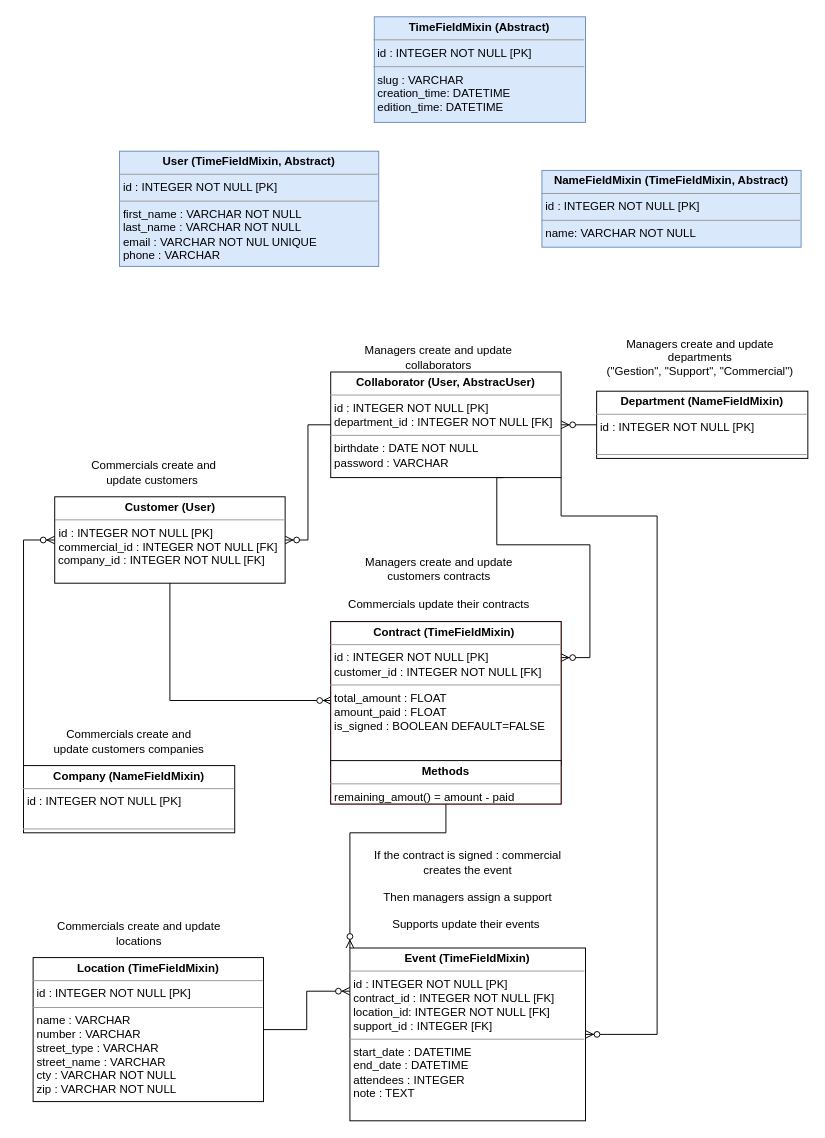
The draw.io diagram mission/schéma BDD.drawio in NidalChateur/OC_P12_EPIC_EVENTS, before the edit. Source tidied: cells renumbered, new cells numbered last; positions are measured from the earlier drawing's top-left corner, leaving out a move shared by most shapes. Both pictures are drawn from the tidied source at 96%, with x=0, y=0 at pixel (23, 16).
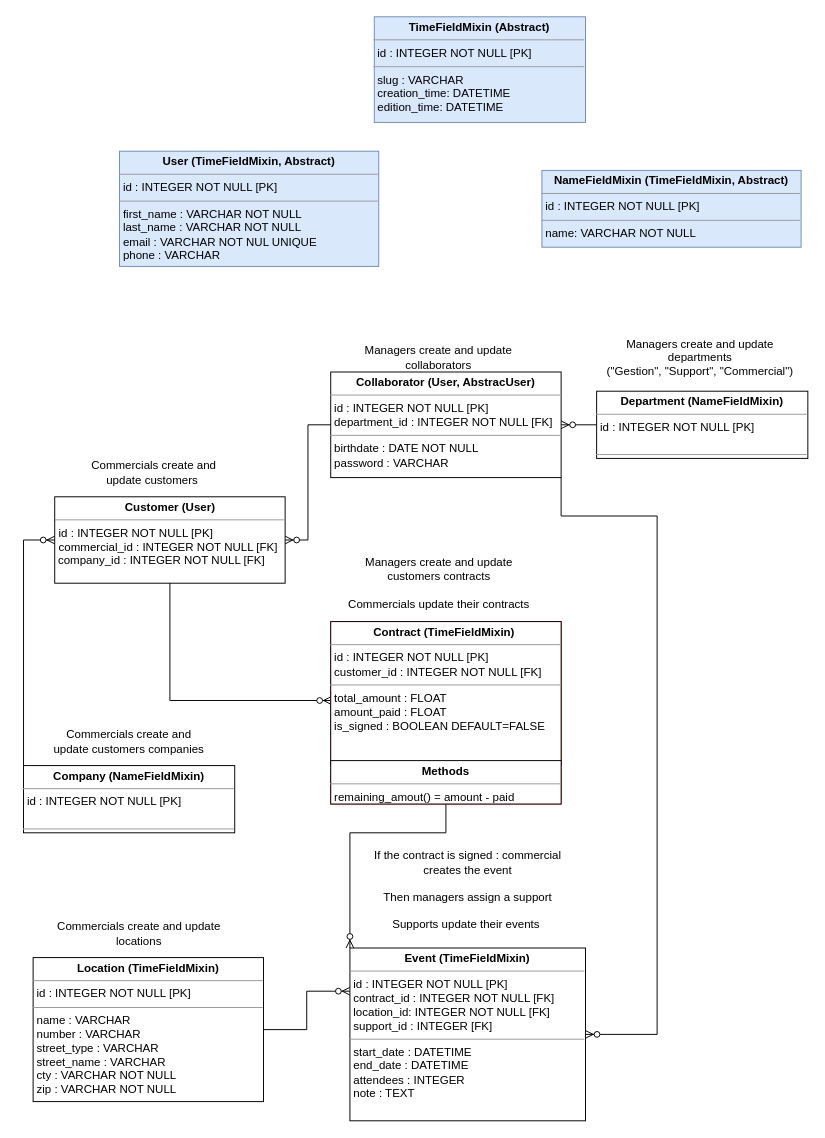
Above is the later version.

Unchanged cells that the change refers to:
```xml
<mxCell id="4" value="&lt;p style=&quot;margin:0px;margin-top:4px;text-align:center;&quot;&gt;&lt;b&gt;Collaborator (User, AbstracUser)&lt;/b&gt;&lt;/p&gt;&lt;hr size=&quot;1&quot;&gt;&lt;p style=&quot;margin:0px;margin-left:4px;&quot;&gt;id : INTEGER NOT NULL [PK]&lt;br&gt;&lt;/p&gt;&lt;p style=&quot;margin:0px;margin-left:4px;&quot;&gt;department_id : INTEGER NOT NULL [FK]&lt;br&gt;&lt;/p&gt;&lt;hr size=&quot;1&quot;&gt;&lt;p style=&quot;margin:0px;margin-left:4px;&quot;&gt;birthdate : DATE NOT NULL&lt;/p&gt;&lt;p style=&quot;margin:0px;margin-left:4px;&quot;&gt;password : VARCHAR&lt;br&gt;&lt;br&gt;&lt;/p&gt;&lt;p style=&quot;margin:0px;margin-left:4px;&quot;&gt;&lt;br&gt;&lt;/p&gt;&lt;p style=&quot;margin:0px;margin-left:4px;&quot;&gt;&lt;br&gt;&lt;/p&gt;" style="verticalAlign=top;align=left;overflow=fill;fontSize=12;fontFamily=Helvetica;html=1;whiteSpace=wrap;" parent="1" vertex="1">
  <mxGeometry x="320" y="370" width="240" height="110" as="geometry" />
</mxCell>
<mxCell id="16" value="&lt;p style=&quot;margin:0px;margin-top:4px;text-align:center;&quot;&gt;&lt;b&gt;Contract (TimeFieldMixin)&amp;nbsp;&lt;/b&gt;&lt;/p&gt;&lt;hr size=&quot;1&quot;&gt;&lt;p style=&quot;margin:0px;margin-left:4px;&quot;&gt;id : INTEGER NOT NULL [PK]&lt;/p&gt;&lt;p style=&quot;border-color: var(--darkreader-border--border-color); margin: 0px 0px 0px 4px; --darkreader-inline-border: var(--darkreader-border--darkreader-border--border-color);&quot;&gt;&lt;span style=&quot;background-color: initial;&quot;&gt;customer_id : INTEGER NOT NULL [FK]&lt;/span&gt;&lt;br&gt;&lt;/p&gt;&lt;hr size=&quot;1&quot;&gt;&lt;p style=&quot;border-color: var(--darkreader-border--border-color); margin: 0px 0px 0px 4px; --darkreader-inline-border: var(--darkreader-border--darkreader-border--border-color);&quot;&gt;&lt;span style=&quot;background-color: initial; --darkreader-inline-bgcolor: initial;&quot;&gt;total_amount : FLOAT&lt;/span&gt;&lt;/p&gt;&lt;p style=&quot;border-color: var(--darkreader-border--border-color); margin: 0px 0px 0px 4px; --darkreader-inline-border: var(--darkreader-border--darkreader-border--border-color);&quot;&gt;&lt;span style=&quot;background-color: initial; --darkreader-inline-bgcolor: initial;&quot;&gt;amount_paid : FLOAT&amp;nbsp;&lt;/span&gt;&lt;/p&gt;&lt;p style=&quot;border-color: var(--darkreader-border--border-color); margin: 0px 0px 0px 4px; --darkreader-inline-border: var(--darkreader-border--darkreader-border--border-color);&quot;&gt;&lt;span style=&quot;background-color: initial; color: rgb(0, 0, 0); --darkreader-inline-bgcolor: initial; --darkreader-inline-color: #181a1b;&quot;&gt;is_signed : BOOLEAN DEFAULT=FALSE&lt;/span&gt;&lt;/p&gt;&lt;p style=&quot;margin:0px;margin-left:4px;&quot;&gt;&lt;br&gt;&lt;/p&gt;" style="verticalAlign=top;align=left;overflow=fill;fontSize=12;fontFamily=Helvetica;html=1;whiteSpace=wrap;" parent="15" vertex="1">
  <mxGeometry width="240" height="150" as="geometry" />
</mxCell>
```

Diff of the diagram source:
```diff
@@
-    <mxCell id="28" style="fontSize=12;html=1;endArrow=ERzeroToMany;endFill=1;rounded=0;entryX=1;entryY=0.25;entryDx=0;entryDy=0;edgeStyle=orthogonalEdgeStyle;exitX=0.75;exitY=1;exitDx=0;exitDy=0;" parent="1" edge="1" source="4" target="16">
-      <mxGeometry relative="1" as="geometry">
-        <Array as="points">
-          <mxPoint x="493" y="550" />
-          <mxPoint x="590" y="550" />
-          <mxPoint x="590" y="668" />
-        </Array>
-      </mxGeometry>
-    </mxCell>
```
